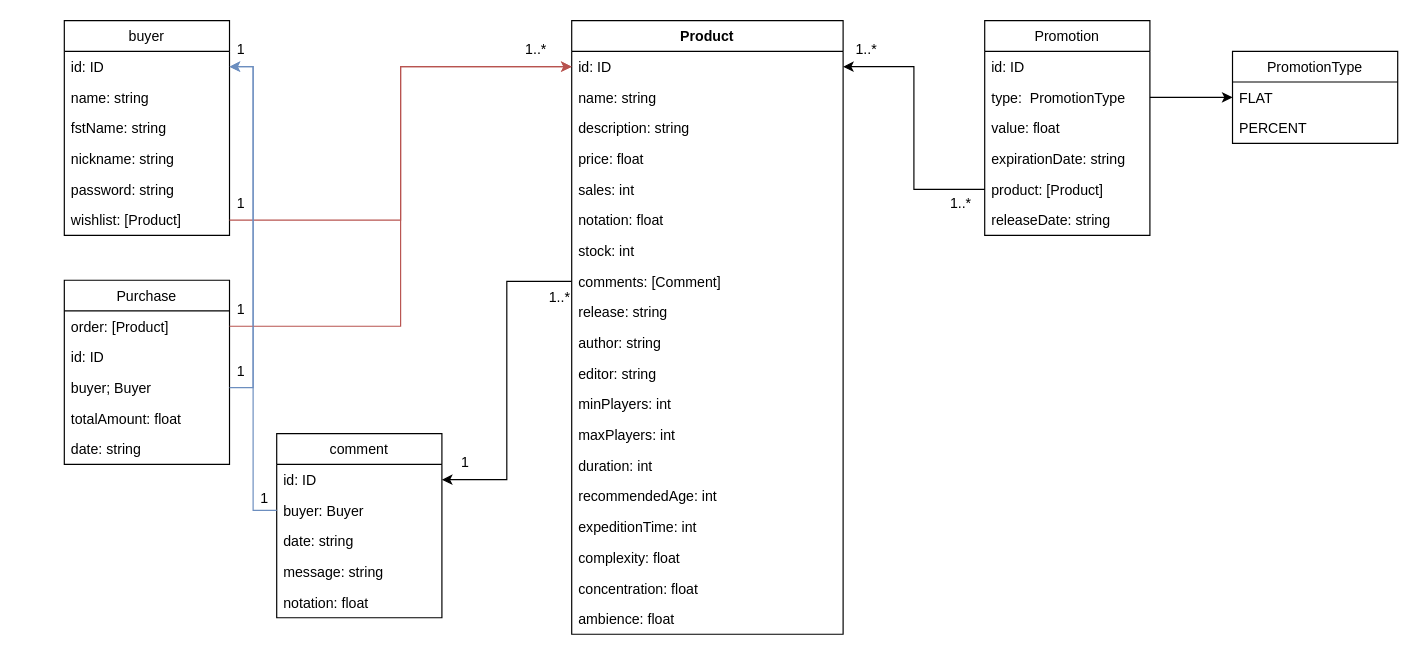
FC-Dijkstra/mongogames_SGD keeps this draw.io diagram as structure.drawio. Above is the earlier version. Source tidied: cells renumbered, new cells numbered last; positions are measured from the earlier drawing's top-left corner, leaving out a move shared by most shapes. Both pictures are drawn from the tidied source at 118%, with x=0, y=0 at pixel (64, 20).
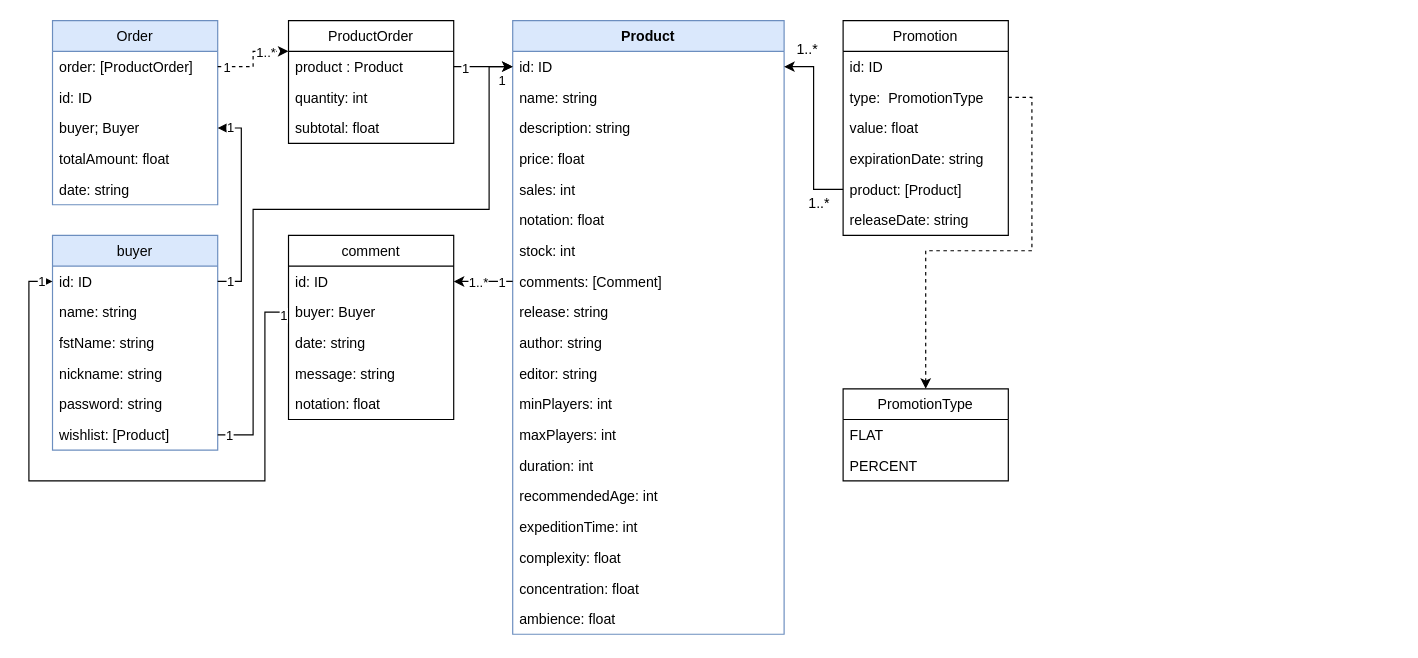
The same page after the edit.

The change refers to these unchanged cells:
```xml
<mxCell id="3" value="id: ID" style="text;strokeColor=none;fillColor=none;align=left;verticalAlign=top;spacingLeft=4;spacingRight=4;overflow=hidden;points=[[0,0.5],[1,0.5]];portConstraint=eastwest;" parent="2" vertex="1">
  <mxGeometry y="26" width="230" height="26" as="geometry" />
</mxCell>
<mxCell id="24" value="type:  PromotionType" style="text;strokeColor=none;fillColor=none;align=left;verticalAlign=top;spacingLeft=4;spacingRight=4;overflow=hidden;points=[[0,0.5],[1,0.5]];portConstraint=eastwest;" parent="22" vertex="1">
  <mxGeometry y="52" width="140" height="26" as="geometry" />
</mxCell>
<mxCell id="30" value="FLAT" style="text;strokeColor=none;fillColor=none;align=left;verticalAlign=top;spacingLeft=4;spacingRight=4;overflow=hidden;points=[[0,0.5],[1,0.5]];portConstraint=eastwest;" parent="29" vertex="1">
  <mxGeometry y="26" width="140" height="26" as="geometry" />
</mxCell>
<mxCell id="34" value="buyer: Buyer" style="text;strokeColor=none;fillColor=none;align=left;verticalAlign=top;spacingLeft=4;spacingRight=4;overflow=hidden;points=[[0,0.5],[1,0.5]];portConstraint=eastwest;" parent="32" vertex="1">
  <mxGeometry y="52" width="140" height="26" as="geometry" />
</mxCell>
<mxCell id="39" value="id: ID" style="text;strokeColor=none;fillColor=none;align=left;verticalAlign=top;spacingLeft=4;spacingRight=4;overflow=hidden;points=[[0,0.5],[1,0.5]];portConstraint=eastwest;" parent="38" vertex="1">
  <mxGeometry y="26" width="140" height="26" as="geometry" />
</mxCell>
<mxCell id="44" value="wishlist: [Product]" style="text;strokeColor=none;fillColor=none;align=left;verticalAlign=top;spacingLeft=4;spacingRight=4;overflow=hidden;points=[[0,0.5],[1,0.5]];portConstraint=eastwest;" parent="38" vertex="1">
  <mxGeometry y="156" width="140" height="26" as="geometry" />
</mxCell>
<mxCell id="48" value="buyer; Buyer" style="text;strokeColor=none;fillColor=none;align=left;verticalAlign=top;spacingLeft=4;spacingRight=4;overflow=hidden;points=[[0,0.5],[1,0.5]];portConstraint=eastwest;" parent="45" vertex="1">
  <mxGeometry y="78" width="140" height="26" as="geometry" />
</mxCell>
<mxCell id="51" style="edgeStyle=orthogonalEdgeStyle;rounded=0;jettySize=auto;html=1;exitX=0;exitY=0.5;exitDx=0;exitDy=0;entryX=1;entryY=0.5;entryDx=0;entryDy=0;" parent="1" edge="1" source="10" target="33">
  <mxGeometry relative="1" as="geometry" />
</mxCell>
```

Change to the diagram source:
```diff
@@
-    <mxCell id="2" value="Product" style="swimlane;fontStyle=1;align=center;verticalAlign=top;horizontal=1;startSize=26;" parent="1" vertex="1">
-      <mxGeometry x="430" width="230" height="520" as="geometry" />
+    <mxCell id="2" value="Product" style="swimlane;fontStyle=1;align=center;verticalAlign=top;horizontal=1;startSize=26;fillColor=#dae8fc;strokeColor=#6c8ebf;" parent="1" vertex="1">
+      <mxGeometry x="380" width="230" height="520" as="geometry" />
     </mxCell>
@@
     <mxCell id="22" value="Promotion" style="swimlane;fontStyle=0;horizontal=1;startSize=26;fillColor=none;" parent="1" vertex="1">
-      <mxGeometry x="780" width="140" height="182" as="geometry" />
+      <mxGeometry x="660" width="140" height="182" as="geometry" />
     </mxCell>
@@
     <mxCell id="29" value="PromotionType" style="swimlane;fontStyle=0;horizontal=1;startSize=26;fillColor=none;" parent="1" vertex="1">
-      <mxGeometry x="990" y="26" width="140" height="78" as="geometry" />
+      <mxGeometry x="660" y="312" width="140" height="78" as="geometry" />
     </mxCell>
@@
     <mxCell id="32" value="comment" style="swimlane;fontStyle=0;horizontal=1;startSize=26;fillColor=none;" parent="1" vertex="1">
-      <mxGeometry x="180" y="350" width="140" height="156" as="geometry" />
+      <mxGeometry x="190" y="182" width="140" height="156" as="geometry" />
     </mxCell>
@@
-    <mxCell id="38" value="buyer" style="swimlane;fontStyle=0;horizontal=1;startSize=26;fillColor=none;" parent="1" vertex="1">
-      <mxGeometry width="140" height="182" as="geometry" />
+    <mxCell id="38" value="buyer" style="swimlane;fontStyle=0;horizontal=1;startSize=26;fillColor=#dae8fc;strokeColor=#6c8ebf;" parent="1" vertex="1">
+      <mxGeometry x="-10" y="182" width="140" height="182" as="geometry" />
     </mxCell>
@@
-    <mxCell id="45" value="Purchase" style="swimlane;fontStyle=0;horizontal=1;startSize=26;fillColor=none;" parent="1" vertex="1">
-      <mxGeometry y="220" width="140" height="156" as="geometry" />
+    <mxCell id="45" value="Order" style="swimlane;fontStyle=0;horizontal=1;startSize=26;fillColor=#dae8fc;strokeColor=#6c8ebf;" parent="1" vertex="1">
+      <mxGeometry x="-10" width="140" height="156" as="geometry" />
     </mxCell>
-    <mxCell id="46" value="order: [Product]" style="text;strokeColor=none;fillColor=none;align=left;verticalAlign=top;spacingLeft=4;spacingRight=4;overflow=hidden;points=[[0,0.5],[1,0.5]];portConstraint=eastwest;" parent="45" vertex="1">
+    <mxCell id="46" value="order: [ProductOrder]" style="text;strokeColor=none;fillColor=none;align=left;verticalAlign=top;spacingLeft=4;spacingRight=4;overflow=hidden;points=[[0,0.5],[1,0.5]];portConstraint=eastwest;" parent="45" vertex="1">
       <mxGeometry y="26" width="140" height="26" as="geometry" />
     </mxCell>
@@
-    <mxCell id="52" style="edgeStyle=orthogonalEdgeStyle;rounded=0;jettySize=auto;html=1;exitX=1;exitY=0.5;exitDx=0;exitDy=0;entryX=0;entryY=0.5;entryDx=0;entryDy=0;fillColor=#f8cecc;strokeColor=#b85450;" parent="1" edge="1" source="44" target="3">
-      <mxGeometry relative="1" as="geometry" />
-    </mxCell>
-    <mxCell id="53" style="edgeStyle=orthogonalEdgeStyle;rounded=0;jettySize=auto;html=1;exitX=0;exitY=0.5;exitDx=0;exitDy=0;entryX=1;entryY=0.5;entryDx=0;entryDy=0;fillColor=#dae8fc;strokeColor=#6c8ebf;" parent="1" edge="1" source="34" target="39">
-      <mxGeometry relative="1" as="geometry" />
-    </mxCell>
-    <mxCell id="54" style="edgeStyle=orthogonalEdgeStyle;rounded=0;jettySize=auto;html=1;exitX=1;exitY=0.5;exitDx=0;exitDy=0;entryX=0;entryY=0.5;entryDx=0;entryDy=0;fillColor=#f8cecc;strokeColor=#b85450;" parent="1" edge="1" source="46" target="3">
-      <mxGeometry relative="1" as="geometry" />
-    </mxCell>
-    <mxCell id="55" style="edgeStyle=orthogonalEdgeStyle;rounded=0;jettySize=auto;html=1;exitX=1;exitY=0.5;exitDx=0;exitDy=0;entryX=1;entryY=0.5;entryDx=0;entryDy=0;fillColor=#dae8fc;strokeColor=#6c8ebf;" parent="1" edge="1" source="48" target="39">
-      <mxGeometry relative="1" as="geometry">
-        <Array as="points">
-          <mxPoint x="160" y="311" />
-          <mxPoint x="160" y="39" />
-        </Array>
-      </mxGeometry>
-    </mxCell>
+    <mxCell id="68" value="1" style="edgeLabel;html=1;align=center;verticalAlign=middle;" parent="51" vertex="1">
+      <mxGeometry x="-0.89" relative="1" as="geometry">
+        <mxPoint x="-7" as="offset" />
+      </mxGeometry>
+    </mxCell>
+    <mxCell id="69" value="1..*" style="edgeLabel;html=1;align=center;verticalAlign=middle;" parent="51" vertex="1">
+      <mxGeometry x="0.68" relative="1" as="geometry">
+        <mxPoint x="12" as="offset" />
+      </mxGeometry>
+    </mxCell>
@@
-    <mxCell id="57" style="edgeStyle=orthogonalEdgeStyle;rounded=0;jettySize=auto;html=1;exitX=1;exitY=0.5;exitDx=0;exitDy=0;entryX=0;entryY=0.5;entryDx=0;entryDy=0;" parent="1" edge="1" source="24" target="30">
+    <mxCell id="57" style="edgeStyle=orthogonalEdgeStyle;rounded=0;jettySize=auto;html=1;exitX=1;exitY=0.5;exitDx=0;exitDy=0;entryX=0.5;entryY=0;entryDx=0;entryDy=0;dashed=1;" parent="1" edge="1" source="24" target="29">
       <mxGeometry relative="1" as="geometry" />
     </mxCell>
     <mxCell id="58" value="1..*" style="text;html=1;strokeColor=none;fillColor=none;align=center;verticalAlign=middle;whiteSpace=wrap;rounded=0;" parent="1" vertex="1">
-      <mxGeometry x="650" y="10" width="60" height="30" as="geometry" />
+      <mxGeometry x="600" y="10" width="60" height="30" as="geometry" />
     </mxCell>
     <mxCell id="59" value="1..*" style="text;html=1;strokeColor=none;fillColor=none;align=center;verticalAlign=middle;whiteSpace=wrap;rounded=0;" parent="1" vertex="1">
-      <mxGeometry x="730" y="140" width="60" height="30" as="geometry" />
+      <mxGeometry x="610" y="140" width="60" height="30" as="geometry" />
     </mxCell>
-    <mxCell id="60" value="1..*" style="text;html=1;strokeColor=none;fillColor=none;align=center;verticalAlign=middle;whiteSpace=wrap;rounded=0;" parent="1" vertex="1">
-      <mxGeometry x="390" y="220" width="60" height="30" as="geometry" />
-    </mxCell>
-    <mxCell id="61" value="1" style="text;html=1;strokeColor=none;fillColor=none;align=center;verticalAlign=middle;whiteSpace=wrap;rounded=0;" parent="1" vertex="1">
-      <mxGeometry x="310" y="360" width="60" height="30" as="geometry" />
-    </mxCell>
-    <mxCell id="62" value="1..*" style="text;html=1;strokeColor=none;fillColor=none;align=center;verticalAlign=middle;whiteSpace=wrap;rounded=0;" parent="1" vertex="1">
-      <mxGeometry x="370" y="10" width="60" height="30" as="geometry" />
-    </mxCell>
-    <mxCell id="63" value="1" style="text;html=1;strokeColor=none;fillColor=none;align=center;verticalAlign=middle;whiteSpace=wrap;rounded=0;" parent="1" vertex="1">
-      <mxGeometry x="120" y="230" width="60" height="30" as="geometry" />
-    </mxCell>
-    <mxCell id="64" value="1" style="text;html=1;strokeColor=none;fillColor=none;align=center;verticalAlign=middle;whiteSpace=wrap;rounded=0;" parent="1" vertex="1">
-      <mxGeometry x="120" y="283" width="60" height="30" as="geometry" />
-    </mxCell>
-    <mxCell id="65" value="1" style="text;html=1;strokeColor=none;fillColor=none;align=center;verticalAlign=middle;whiteSpace=wrap;rounded=0;" parent="1" vertex="1">
-      <mxGeometry x="120" y="10" width="60" height="30" as="geometry" />
-    </mxCell>
-    <mxCell id="66" value="1" style="text;html=1;strokeColor=none;fillColor=none;align=center;verticalAlign=middle;whiteSpace=wrap;rounded=0;" parent="1" vertex="1">
-      <mxGeometry x="140" y="390" width="60" height="30" as="geometry" />
-    </mxCell>
-    <mxCell id="67" value="1" style="text;html=1;strokeColor=none;fillColor=none;align=center;verticalAlign=middle;whiteSpace=wrap;rounded=0;" parent="1" vertex="1">
-      <mxGeometry x="120" y="140" width="60" height="30" as="geometry" />
-    </mxCell>
+    <mxCell id="70" value="ProductOrder" style="swimlane;fontStyle=0;horizontal=1;startSize=26;fillColor=none;" parent="1" vertex="1">
+      <mxGeometry x="190" width="140" height="104" as="geometry" />
+    </mxCell>
+    <mxCell id="71" value="product : Product" style="text;strokeColor=none;fillColor=none;align=left;verticalAlign=top;spacingLeft=4;spacingRight=4;overflow=hidden;points=[[0,0.5],[1,0.5]];portConstraint=eastwest;" parent="70" vertex="1">
+      <mxGeometry y="26" width="140" height="26" as="geometry" />
+    </mxCell>
+    <mxCell id="72" value="quantity: int" style="text;strokeColor=none;fillColor=none;align=left;verticalAlign=top;spacingLeft=4;spacingRight=4;overflow=hidden;" parent="70" vertex="1">
+      <mxGeometry y="52" width="140" height="26" as="geometry" />
+    </mxCell>
+    <mxCell id="73" value="subtotal: float" style="text;strokeColor=none;fillColor=none;align=left;verticalAlign=top;spacingLeft=4;spacingRight=4;overflow=hidden;" parent="70" vertex="1">
+      <mxGeometry y="78" width="140" height="26" as="geometry" />
+    </mxCell>
+    <mxCell id="74" style="edgeStyle=orthogonalEdgeStyle;rounded=0;jettySize=auto;html=1;exitX=1;exitY=0.5;exitDx=0;exitDy=0;entryX=0;entryY=0.5;entryDx=0;entryDy=0;" parent="1" edge="1" source="71" target="3">
+      <mxGeometry relative="1" as="geometry" />
+    </mxCell>
+    <mxCell id="75" value="1" style="edgeLabel;html=1;align=center;verticalAlign=middle;" parent="74" vertex="1">
+      <mxGeometry x="-0.66" y="-1" relative="1" as="geometry" />
+    </mxCell>
+    <mxCell id="76" value="1" style="edgeLabel;html=1;align=center;verticalAlign=middle;" parent="74" vertex="1">
+      <mxGeometry x="0.76" relative="1" as="geometry">
+        <mxPoint x="-4" y="11" as="offset" />
+      </mxGeometry>
+    </mxCell>
+    <mxCell id="77" style="edgeStyle=orthogonalEdgeStyle;rounded=0;jettySize=auto;html=1;exitX=1;exitY=0.5;exitDx=0;exitDy=0;entryX=0;entryY=0.25;entryDx=0;entryDy=0;dashed=1;" parent="1" edge="1" source="46" target="70">
+      <mxGeometry relative="1" as="geometry" />
+    </mxCell>
+    <mxCell id="78" value="1" style="edgeLabel;html=1;align=center;verticalAlign=middle;" parent="77" vertex="1">
+      <mxGeometry x="-0.81" relative="1" as="geometry" />
+    </mxCell>
+    <mxCell id="79" value="1..*" style="edgeLabel;html=1;align=center;verticalAlign=middle;" parent="77" vertex="1">
+      <mxGeometry x="0.76" relative="1" as="geometry">
+        <mxPoint x="-11" as="offset" />
+      </mxGeometry>
+    </mxCell>
+    <mxCell id="80" style="edgeStyle=orthogonalEdgeStyle;rounded=0;jettySize=auto;html=1;exitX=1;exitY=0.5;exitDx=0;exitDy=0;entryX=1;entryY=0.5;entryDx=0;entryDy=0;" parent="1" edge="1" source="39" target="48">
+      <mxGeometry relative="1" as="geometry" />
+    </mxCell>
+    <mxCell id="81" value="1" style="edgeLabel;html=1;align=center;verticalAlign=middle;" parent="80" vertex="1">
+      <mxGeometry x="-0.73" y="-2" relative="1" as="geometry">
+        <mxPoint x="-12" y="2" as="offset" />
+      </mxGeometry>
+    </mxCell>
+    <mxCell id="82" value="1" style="edgeLabel;html=1;align=center;verticalAlign=middle;" parent="80" vertex="1">
+      <mxGeometry x="0.65" relative="1" as="geometry">
+        <mxPoint x="-10" y="-11" as="offset" />
+      </mxGeometry>
+    </mxCell>
+    <mxCell id="53" style="edgeStyle=orthogonalEdgeStyle;rounded=0;jettySize=auto;html=1;exitX=0;exitY=0.5;exitDx=0;exitDy=0;entryX=0;entryY=0.5;entryDx=0;entryDy=0;" parent="1" edge="1" source="34" target="39">
+      <mxGeometry relative="1" as="geometry">
+        <Array as="points">
+          <mxPoint x="170" y="247" />
+          <mxPoint x="170" y="390" />
+          <mxPoint x="-30" y="390" />
+          <mxPoint x="-30" y="221" />
+        </Array>
+      </mxGeometry>
+    </mxCell>
+    <mxCell id="83" value="1" style="edgeLabel;html=1;align=center;verticalAlign=middle;" parent="53" vertex="1">
+      <mxGeometry x="-0.92" y="3" relative="1" as="geometry">
+        <mxPoint x="12" as="offset" />
+      </mxGeometry>
+    </mxCell>
+    <mxCell id="84" value="1" style="edgeLabel;html=1;align=center;verticalAlign=middle;" parent="53" vertex="1">
+      <mxGeometry x="0.94" y="2" relative="1" as="geometry">
+        <mxPoint x="7" y="1" as="offset" />
+      </mxGeometry>
+    </mxCell>
+    <mxCell id="52" style="edgeStyle=orthogonalEdgeStyle;rounded=0;jettySize=auto;html=1;exitX=1;exitY=0.5;exitDx=0;exitDy=0;entryX=0;entryY=0.5;entryDx=0;entryDy=0;" parent="1" edge="1" source="44" target="3">
+      <mxGeometry relative="1" as="geometry">
+        <Array as="points">
+          <mxPoint x="160" y="351" />
+          <mxPoint x="160" y="160" />
+          <mxPoint x="360" y="160" />
+          <mxPoint x="360" y="39" />
+        </Array>
+      </mxGeometry>
+    </mxCell>
+    <mxCell id="85" value="1" style="edgeLabel;html=1;align=center;verticalAlign=middle;" parent="52" vertex="1">
+      <mxGeometry x="-0.93" relative="1" as="geometry">
+        <mxPoint x="-11" as="offset" />
+      </mxGeometry>
+    </mxCell>
```
